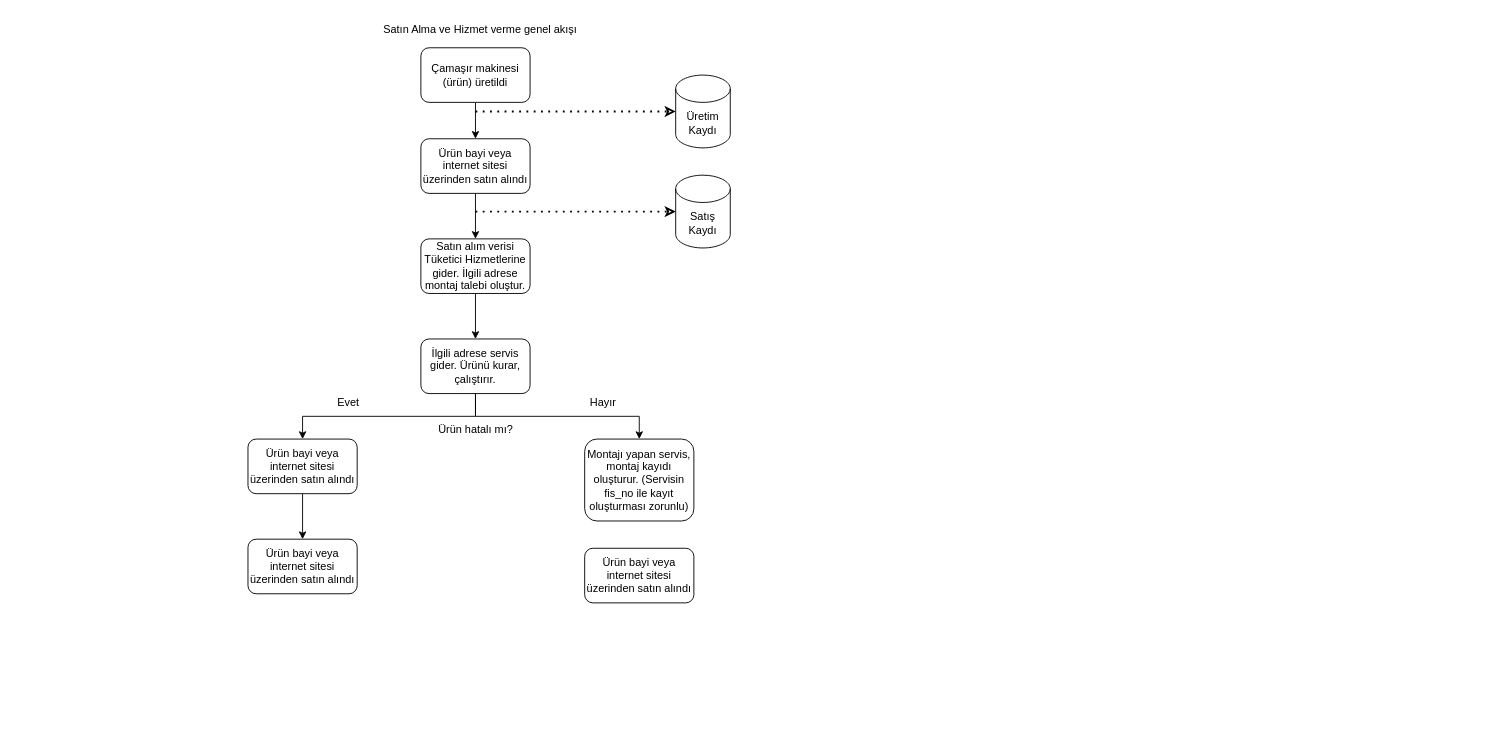
Above: qualityAlert_BusinessImpactAnalysis.drawio in EgehanEralp/diagrams (draw.io), before the change. Source tidied: cells renumbered, new cells numbered last; positions are measured from the earlier drawing's top-left corner, leaving out a move shared by most shapes. Both pictures are drawn from the tidied source at 91%, with x=0, y=0 at pixel (248, 20).
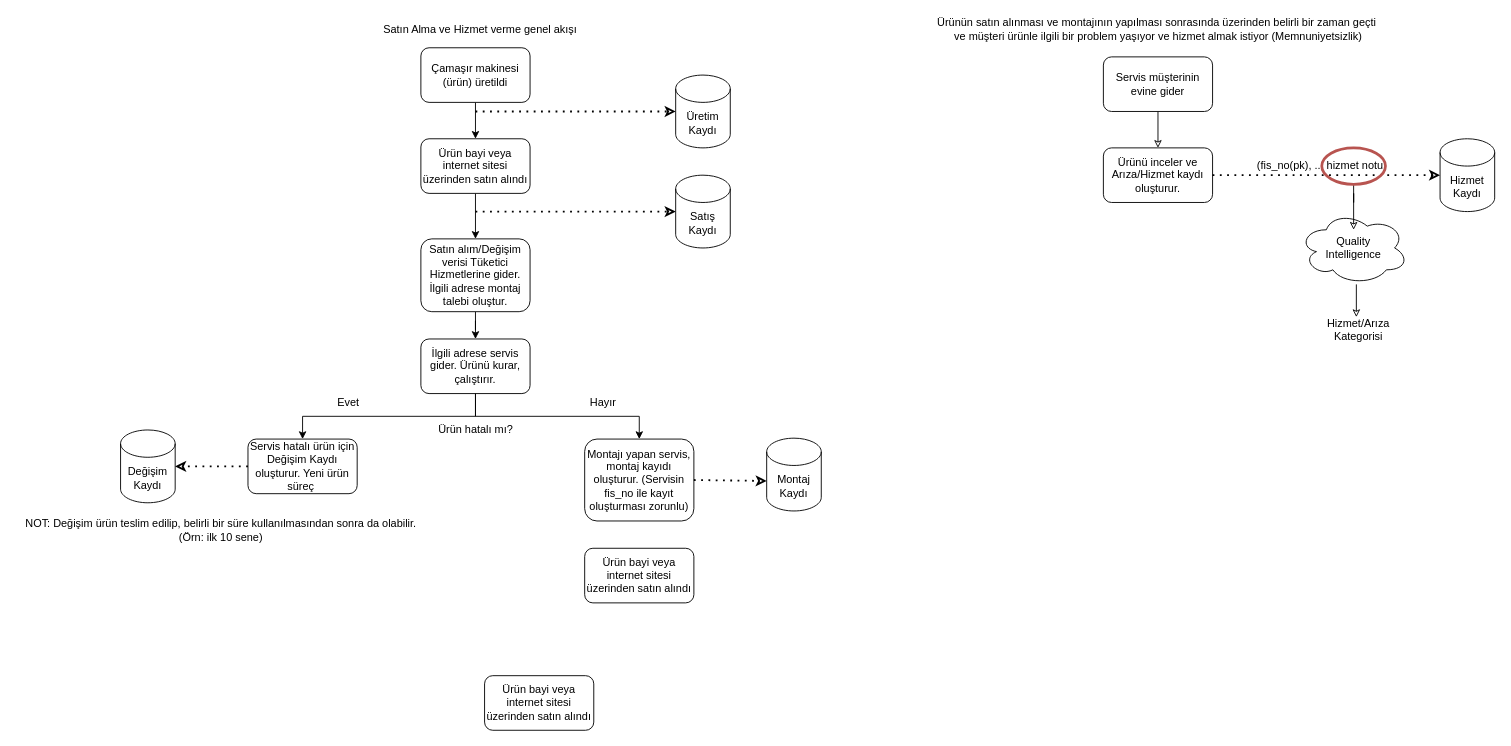
Above is the later version.

Unchanged cells that the change refers to:
```xml
<mxCell id="18" value="Montajı yapan servis, montaj kayıdı oluşturur. (Servisin fis_no ile kayıt oluşturması zorunlu)" style="rounded=1;whiteSpace=wrap;html=1;" parent="1" vertex="1">
  <mxGeometry x="370" y="460" width="120" height="90" as="geometry" />
</mxCell>
```

The edit, as a diff of the source:
```diff
@@
-    <mxCell id="8" value="Satın alım verisi Tüketici Hizmetlerine gider. İlgili adrese montaj talebi oluştur." style="rounded=1;whiteSpace=wrap;html=1;" parent="1" vertex="1">
-      <mxGeometry x="190" y="240" width="120" height="60" as="geometry" />
+    <mxCell id="8" value="Satın alım/Değişim verisi Tüketici Hizmetlerine gider. İlgili adrese montaj talebi oluştur." style="rounded=1;whiteSpace=wrap;html=1;" parent="1" vertex="1">
+      <mxGeometry x="190" y="240" width="120" height="80" as="geometry" />
     </mxCell>
@@
-    <mxCell id="11" style="edgeStyle=orthogonalEdgeStyle;rounded=0;jettySize=auto;html=1;exitX=0.5;exitY=1;exitDx=0;exitDy=0;entryX=0.5;entryY=0;entryDx=0;entryDy=0;" parent="1" edge="1" source="12" target="13">
-      <mxGeometry relative="1" as="geometry" />
-    </mxCell>
-    <mxCell id="12" value="Ürün bayi veya internet sitesi üzerinden satın alındı" style="rounded=1;whiteSpace=wrap;html=1;" parent="1" vertex="1">
+    <mxCell id="12" value="Servis hatalı ürün için Değişim Kaydı oluşturur. Yeni ürün süreç&amp;nbsp;" style="rounded=1;whiteSpace=wrap;html=1;" parent="1" vertex="1">
       <mxGeometry y="460" width="120" height="60" as="geometry" />
     </mxCell>
     <mxCell id="13" value="Ürün bayi veya internet sitesi üzerinden satın alındı" style="rounded=1;whiteSpace=wrap;html=1;" parent="1" vertex="1">
-      <mxGeometry y="570" width="120" height="60" as="geometry" />
+      <mxGeometry x="260" y="720" width="120" height="60" as="geometry" />
     </mxCell>
@@
+    <mxCell id="24" value="Montaj Kaydı" style="shape=cylinder3;whiteSpace=wrap;html=1;boundedLbl=1;backgroundOutline=1;size=15;fillColor=default;gradientColor=none;" parent="1" vertex="1">
+      <mxGeometry x="570" y="459" width="60" height="80" as="geometry" />
+    </mxCell>
+    <mxCell id="25" style="endArrow=classic;dashed=1;html=1;dashPattern=1 3;strokeWidth=2;rounded=0;endFill=0;exitX=1;exitY=0.5;exitDx=0;exitDy=0;entryX=0;entryY=0.588;entryDx=0;entryDy=0;entryPerimeter=0;" parent="1" edge="1" source="18" target="24">
+      <mxGeometry relative="1" as="geometry" />
+    </mxCell>
+    <mxCell id="26" value="Değişim Kaydı" style="shape=cylinder3;whiteSpace=wrap;html=1;boundedLbl=1;backgroundOutline=1;size=15;fillColor=default;gradientColor=none;" parent="1" vertex="1">
+      <mxGeometry x="-140" y="450" width="60" height="80" as="geometry" />
+    </mxCell>
+    <mxCell id="27" style="endArrow=classic;dashed=1;html=1;dashPattern=1 3;strokeWidth=2;rounded=0;endFill=0;exitX=0;exitY=0.5;exitDx=0;exitDy=0;entryX=1;entryY=0.5;entryDx=0;entryDy=0;entryPerimeter=0;" parent="1" edge="1" source="12" target="26">
+      <mxGeometry relative="1" as="geometry" />
+    </mxCell>
+    <mxCell id="28" value="NOT: Değişim ürün teslim edilip, belirli bir süre kullanılmasından sonra da olabilir. &lt;br&gt;(Örn: ilk 10 sene)" style="text;html=1;align=center;verticalAlign=middle;strokeColor=none;fillColor=none;" parent="1" vertex="1">
+      <mxGeometry x="-255" y="545" width="450" height="30" as="geometry" />
+    </mxCell>
+    <mxCell id="29" value="Ürünün satın alınması ve montajının yapılması sonrasında üzerinden belirli bir zaman geçti&amp;nbsp;&lt;br&gt;ve müşteri ürünle ilgili bir problem yaşıyor ve hizmet almak istiyor (Memnuniyetsizlik)" style="text;html=1;align=center;verticalAlign=middle;strokeColor=none;fillColor=none;" parent="1" vertex="1">
+      <mxGeometry x="750" y="-5" width="500" height="30" as="geometry" />
+    </mxCell>
+    <mxCell id="30" style="edgeStyle=orthogonalEdgeStyle;rounded=0;jettySize=auto;html=1;exitX=0.5;exitY=1;exitDx=0;exitDy=0;entryX=0.5;entryY=0;entryDx=0;entryDy=0;endArrow=classic;endFill=0;" parent="1" edge="1" source="31" target="32">
+      <mxGeometry relative="1" as="geometry" />
+    </mxCell>
+    <mxCell id="31" value="Servis müşterinin evine gider" style="rounded=1;whiteSpace=wrap;html=1;" parent="1" vertex="1">
+      <mxGeometry x="940" y="40" width="120" height="60" as="geometry" />
+    </mxCell>
+    <mxCell id="32" value="Ürünü inceler ve Arıza/Hizmet kaydı oluşturur." style="rounded=1;whiteSpace=wrap;html=1;" parent="1" vertex="1">
+      <mxGeometry x="940" y="140" width="120" height="60" as="geometry" />
+    </mxCell>
+    <mxCell id="33" value="Hizmet Kaydı" style="shape=cylinder3;whiteSpace=wrap;html=1;boundedLbl=1;backgroundOutline=1;size=15;fillColor=default;gradientColor=none;" parent="1" vertex="1">
+      <mxGeometry x="1310" y="130" width="60" height="80" as="geometry" />
+    </mxCell>
+    <mxCell id="34" style="endArrow=classic;dashed=1;html=1;dashPattern=1 3;strokeWidth=2;rounded=0;endFill=0;entryX=0;entryY=0.5;entryDx=0;entryDy=0;entryPerimeter=0;exitX=1;exitY=0.5;exitDx=0;exitDy=0;" parent="1" edge="1" source="32" target="33">
+      <mxGeometry relative="1" as="geometry" />
+    </mxCell>
+    <mxCell id="35" value="(fis_no(pk), .., hizmet notu)" style="text;html=1;align=center;verticalAlign=middle;strokeColor=none;fillColor=none;" parent="1" vertex="1">
+      <mxGeometry x="1100" y="150" width="160" height="20" as="geometry" />
+    </mxCell>
+    <mxCell id="36" value="Quality &lt;br&gt;Intelligence" style="ellipse;shape=cloud;whiteSpace=wrap;html=1;fillColor=default;gradientColor=none;" parent="1" vertex="1">
+      <mxGeometry x="1155" y="210" width="120" height="80" as="geometry" />
+    </mxCell>
+    <mxCell id="37" style="edgeStyle=orthogonalEdgeStyle;rounded=0;jettySize=auto;html=1;exitX=0.5;exitY=1;exitDx=0;exitDy=0;entryX=0.5;entryY=0.25;entryDx=0;entryDy=0;entryPerimeter=0;endArrow=classic;endFill=0;" parent="1" edge="1" source="38" target="36">
+      <mxGeometry relative="1" as="geometry" />
+    </mxCell>
+    <mxCell id="38" style="ellipse;whiteSpace=wrap;html=1;fillColor=none;strokeColor=#b85450;strokeWidth=3;" parent="1" vertex="1">
+      <mxGeometry x="1180" y="140" width="70" height="40" as="geometry" />
+    </mxCell>
+    <mxCell id="39" value="Hizmet/Arıza&lt;br&gt;Kategorisi" style="text;html=1;align=center;verticalAlign=middle;points=[];strokeColor=none;fillColor=none;" parent="1" vertex="1">
+      <mxGeometry x="1180" y="325" width="80" height="30" as="geometry" />
+    </mxCell>
+    <mxCell id="40" style="edgeStyle=orthogonalEdgeStyle;rounded=0;jettySize=auto;html=1;entryX=0.475;entryY=0.033;entryDx=0;entryDy=0;entryPerimeter=0;endArrow=classic;endFill=0;" parent="1" edge="1" target="39">
+      <mxGeometry relative="1" as="geometry">
+        <mxPoint x="1218" y="290" as="sourcePoint" />
+      </mxGeometry>
+    </mxCell>
```
